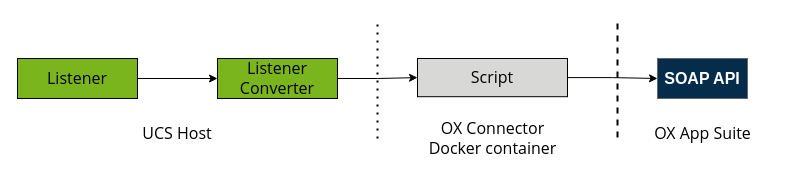
Earlier version of the draw.io diagram page "Seite-2" (2 of 2) of docs/ox-connector-app/images/architecture.drawio (univention/ox-connector). Source tidied: cells renumbered, new cells numbered last; positions are measured from the earlier drawing's top-left corner, leaving out a move shared by most shapes. Both pictures are drawn from the tidied source at 100%, with x=0, y=0 at pixel (17, 17).
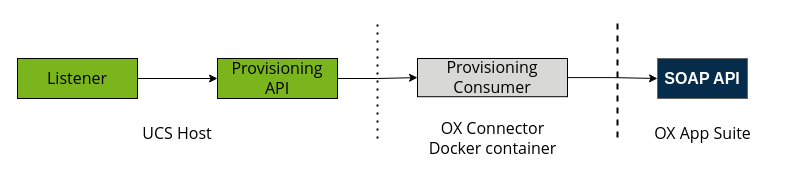
The same page after the edit.

Commit message (it also covers changes not shown here):
docs(ox-connector-app): Describe change from listener to provisiongin service approach

What changed in the source:
```diff
@@
 <mxGraphModel>
   <root>
     <mxCell id="0" />
     <mxCell id="1" parent="0" />
     <mxCell id="2" value="SOAP API" style="rounded=0;whiteSpace=wrap;html=1;fontSize=16;fillColor=#052D4B;fontColor=#FFFFFF;strokeColor=#666666;fontStyle=1;" parent="1" vertex="1">
       <mxGeometry x="640" y="41" width="90" height="40" as="geometry" />
     </mxCell>
     <mxCell id="3" style="edgeStyle=orthogonalEdgeStyle;rounded=0;jettySize=auto;html=1;fontFamily=Open Sans;fontSize=16;" parent="1" edge="1" source="4" target="8">
       <mxGeometry relative="1" as="geometry" />
     </mxCell>
     <mxCell id="4" value="&lt;font style=&quot;font-size: 16px;&quot; face=&quot;Open Sans&quot;&gt;Listener&lt;br&gt;&lt;/font&gt;" style="rounded=0;whiteSpace=wrap;html=1;fillColor=#7AB51D;" parent="1" vertex="1">
       <mxGeometry y="41" width="120" height="40" as="geometry" />
     </mxCell>
     <mxCell id="5" style="edgeStyle=orthogonalEdgeStyle;rounded=0;jettySize=auto;html=1;entryX=0;entryY=0.5;entryDx=0;entryDy=0;fontFamily=Open Sans;fontSize=16;" parent="1" edge="1" source="6" target="2">
       <mxGeometry relative="1" as="geometry" />
     </mxCell>
-    <mxCell id="6" value="Script" style="rounded=0;whiteSpace=wrap;html=1;fontFamily=Open Sans;fontSize=16;fillColor=#D8D8D6;" parent="1" vertex="1">
+    <mxCell id="6" value="Provisioning&lt;br&gt;Consumer" style="rounded=0;whiteSpace=wrap;html=1;fontFamily=Open Sans;fontSize=16;fillColor=#D8D8D6;" parent="1" vertex="1">
       <mxGeometry x="400" y="41" width="150" height="38.2" as="geometry" />
     </mxCell>
     <mxCell id="7" style="edgeStyle=orthogonalEdgeStyle;rounded=0;jettySize=auto;html=1;entryX=0;entryY=0.5;entryDx=0;entryDy=0;fontFamily=Open Sans;fontSize=16;" parent="1" edge="1" source="8" target="6">
       <mxGeometry relative="1" as="geometry" />
     </mxCell>
-    <mxCell id="8" value="&lt;font style=&quot;font-size: 16px;&quot; face=&quot;Open Sans&quot;&gt;Listener Converter&lt;br&gt;&lt;/font&gt;" style="rounded=0;whiteSpace=wrap;html=1;fillColor=#7AB51D;" parent="1" vertex="1">
+    <mxCell id="8" value="&lt;font style=&quot;font-size: 16px;&quot; face=&quot;Open Sans&quot;&gt;Provisioning API&lt;/font&gt;" style="rounded=0;whiteSpace=wrap;html=1;fillColor=#7AB51D;" parent="1" vertex="1">
       <mxGeometry x="200" y="41" width="120" height="40" as="geometry" />
     </mxCell>
     <mxCell id="9" style="endArrow=none;dashed=1;html=1;dashPattern=1 3;strokeWidth=2;rounded=0;fontFamily=Open Sans;fontSize=16;" parent="1" edge="1">
       <mxGeometry relative="1" as="geometry">
         <mxPoint x="360" y="121" as="sourcePoint" />
         <mxPoint x="360" y="1" as="targetPoint" />
       </mxGeometry>
     </mxCell>
     <mxCell id="10" style="endArrow=none;dashed=1;html=1;strokeWidth=2;rounded=0;fontFamily=Open Sans;fontSize=16;" parent="1" edge="1">
       <mxGeometry relative="1" as="geometry">
         <mxPoint x="600" y="120.1" as="sourcePoint" />
         <mxPoint x="600" y="0.1" as="targetPoint" />
       </mxGeometry>
     </mxCell>
     <mxCell id="11" value="UCS Host" style="text;html=1;strokeColor=none;fillColor=none;align=center;verticalAlign=middle;whiteSpace=wrap;rounded=0;fontFamily=Open Sans;fontSize=16;" parent="1" vertex="1">
       <mxGeometry x="120" y="101" width="80" height="30" as="geometry" />
     </mxCell>
     <mxCell id="12" value="OX Connector&lt;br&gt;Docker container" style="text;html=1;strokeColor=none;fillColor=none;align=center;verticalAlign=middle;whiteSpace=wrap;rounded=0;fontFamily=Open Sans;fontSize=16;" parent="1" vertex="1">
       <mxGeometry x="407.5" y="91" width="135" height="60" as="geometry" />
     </mxCell>
     <mxCell id="13" value="OX App Suite" style="text;html=1;strokeColor=none;fillColor=none;align=center;verticalAlign=middle;whiteSpace=wrap;rounded=0;fontFamily=Open Sans;fontSize=16;" parent="1" vertex="1">
       <mxGeometry x="617.5" y="101" width="135" height="30" as="geometry" />
     </mxCell>
   </root>
 </mxGraphModel>
```
